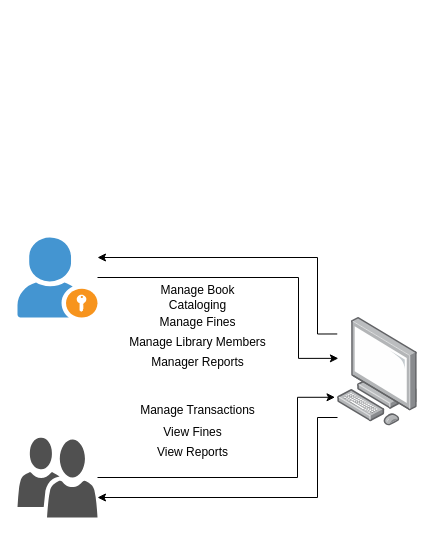
This is op.drawio from Jayrou12345/Flowchart, a draw.io file, before an edit. Source tidied: cells renumbered, new cells numbered last; positions are measured from the earlier drawing's top-left corner, leaving out a move shared by most shapes. Both pictures are drawn from the tidied source at 100%, with x=0, y=0 at pixel (17, 237). Pictures stored in the file or linked from it are replaced by grey dashed boxes.
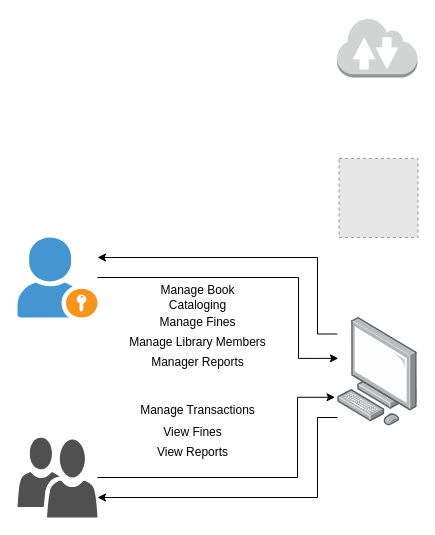
The same diagram, later.

Diff of the diagram source:
```diff
@@
+    <mxCell id="16" style="fillColor=#E6E6E6;strokeColor=#999999;dashed=1;html=1;verticalAlign=top;verticalLabelPosition=bottom;labelBackgroundColor=#ffffff;" parent="1" vertex="1">
+      <mxGeometry x="321.5" y="-79" width="79" height="79" as="geometry" />
+    </mxCell>
+    <mxCell id="17" style="dashed=0;verticalLabelPosition=bottom;verticalAlign=top;align=center;html=1;shape=mxgraph.aws3.internet_2;fillColor=#D2D3D3;gradientColor=none;" parent="1" vertex="1">
+      <mxGeometry x="319.5" y="-220" width="80.5" height="60" as="geometry" />
+    </mxCell>
```
